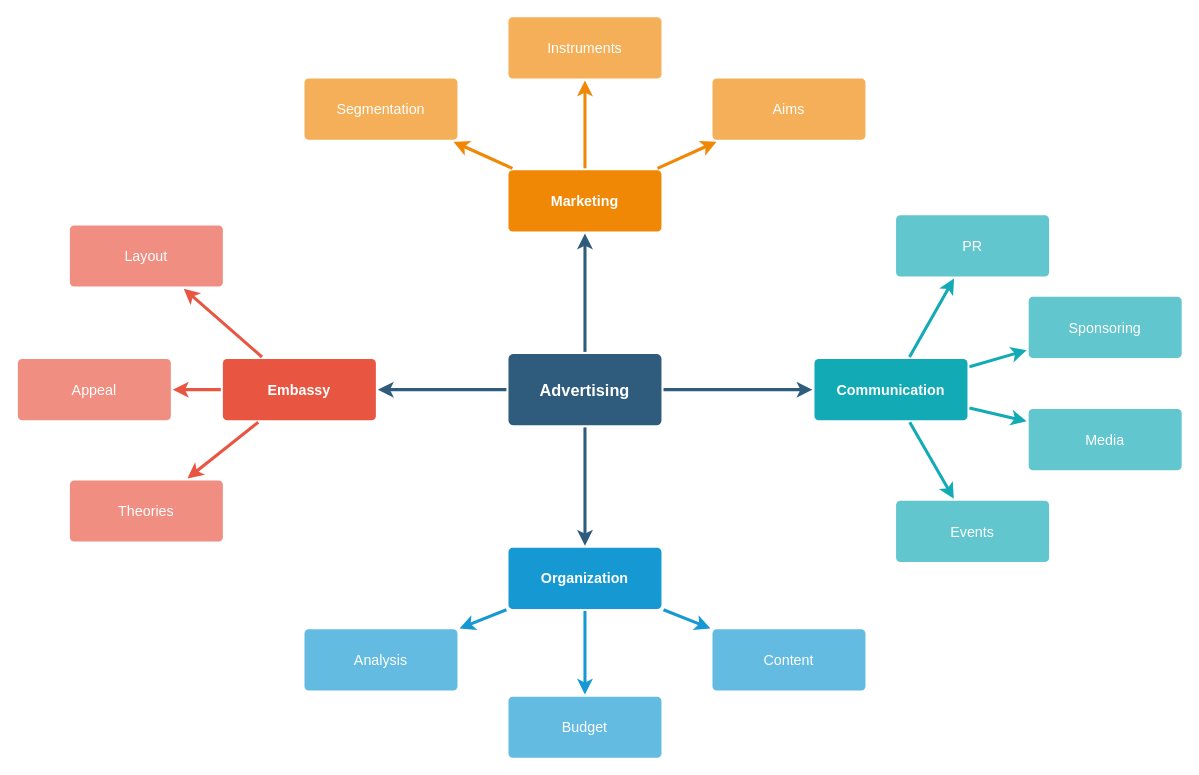
This is Untitled Diagram.drawio from vzloy/vzloy, a draw.io file, before an edit. Source tidied: cells renumbered, new cells numbered last; positions are measured from the earlier drawing's top-left corner, leaving out a move shared by most shapes. Both pictures are drawn from the tidied source at 102%, with x=0, y=0 at pixel (17, 16).
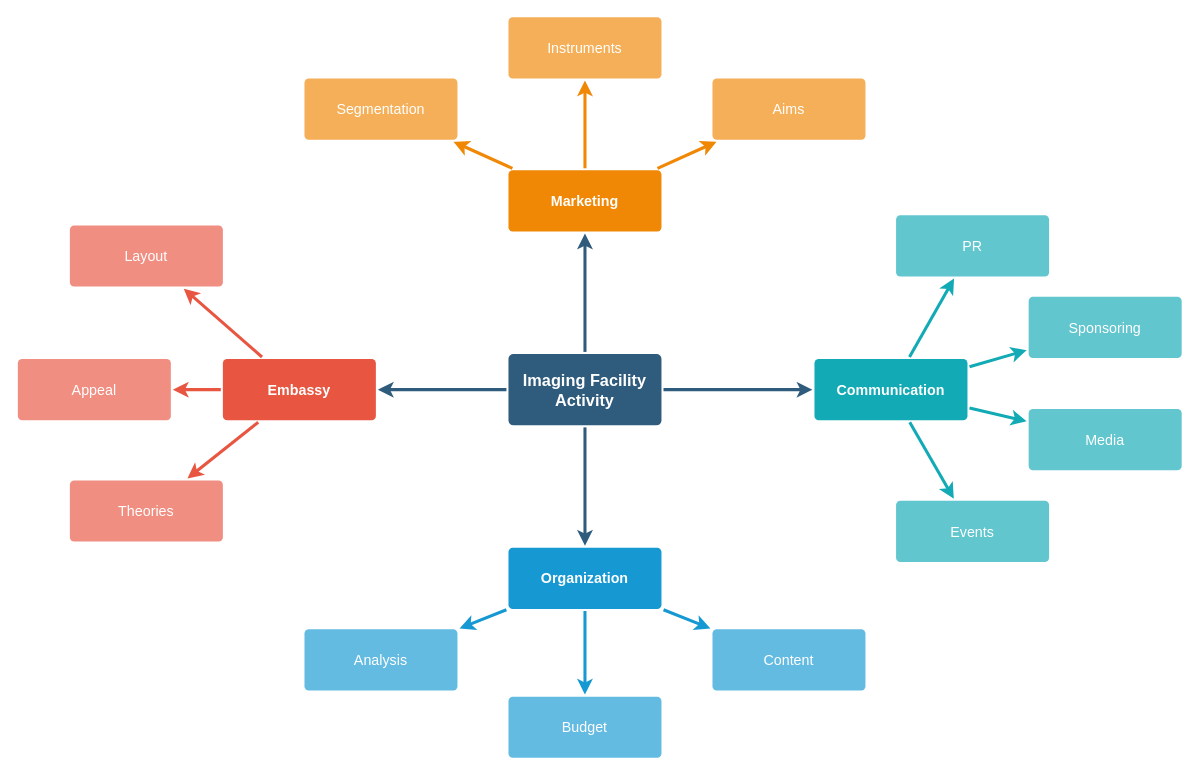
After the change.

Diff of the diagram source:
```diff
@@
-    <mxCell id="6" value="Advertising" style="rounded=1;whiteSpace=wrap;html=1;shadow=0;labelBackgroundColor=none;strokeColor=none;strokeWidth=3;fillColor=#2F5B7C;fontFamily=Helvetica;fontSize=16;fontColor=#FFFFFF;align=center;fontStyle=1;spacing=5;arcSize=7;perimeterSpacing=2;" parent="1" vertex="1">
+    <mxCell id="6" value="Imaging Facility Activity" style="rounded=1;whiteSpace=wrap;html=1;shadow=0;labelBackgroundColor=none;strokeColor=none;strokeWidth=3;fillColor=#2F5B7C;fontFamily=Helvetica;fontSize=16;fontColor=#FFFFFF;align=center;fontStyle=1;spacing=5;arcSize=7;perimeterSpacing=2;" parent="1" vertex="1">
       <mxGeometry x="481" y="330.5" width="150" height="70" as="geometry" />
     </mxCell>
```
